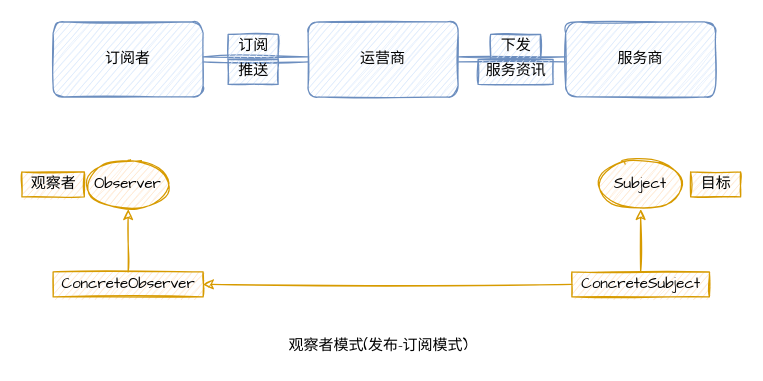
Earlier version of the draw.io diagram sboot-demo/Untitled Diagram.drawio (jybjobs/framework-demo). Source tidied: cells renumbered, new cells numbered last; positions are measured from the earlier drawing's top-left corner, leaving out a move shared by most shapes. Both pictures are drawn from the tidied source at 125%, with x=0, y=0 at pixel (21, 21).
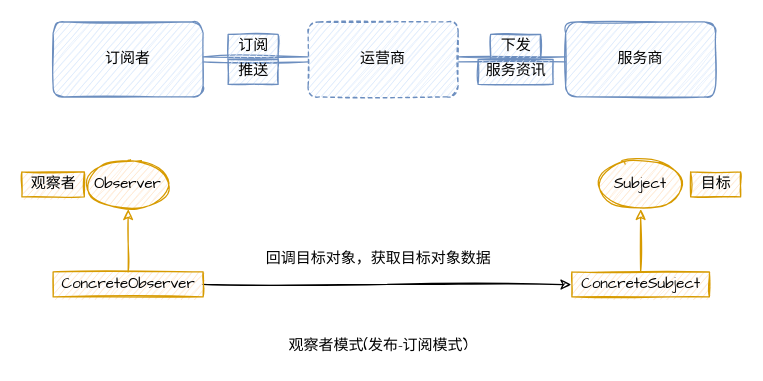
After the change.

The change refers to these unchanged cells:
```xml
<mxCell id="14" value="ConcreteObserver" style="text;html=1;align=center;verticalAlign=middle;points=[];strokeColor=#d79b00;fillColor=#ffe6cc;sketch=1;fontFamily=Comic Sans MS;" parent="1" vertex="1">
  <mxGeometry x="25" y="200" width="120" height="20" as="geometry" />
</mxCell>
<mxCell id="19" value="ConcreteSubject" style="text;html=1;align=center;verticalAlign=middle;points=[];strokeColor=#d79b00;fillColor=#ffe6cc;sketch=1;fontFamily=Comic Sans MS;" parent="1" vertex="1">
  <mxGeometry x="440" y="200" width="110" height="20" as="geometry" />
</mxCell>
```

The edit, as a diff of the source:
```diff
@@
-    <mxCell id="5" value="运营商" style="rounded=1;whiteSpace=wrap;html=1;fillColor=#dae8fc;strokeColor=#6c8ebf;sketch=1;fontFamily=Comic Sans MS;" parent="1" vertex="1">
+    <mxCell id="5" value="运营商" style="rounded=1;whiteSpace=wrap;html=1;fillColor=#dae8fc;strokeColor=#6c8ebf;sketch=1;fontFamily=Comic Sans MS;dashed=1;" parent="1" vertex="1">
       <mxGeometry x="229" width="120" height="60" as="geometry" />
     </mxCell>
@@
+    <mxCell id="21" style="edgeStyle=orthogonalEdgeStyle;rounded=0;sketch=1;jettySize=auto;html=1;entryX=-0.005;entryY=0.51;entryDx=0;entryDy=0;entryPerimeter=0;fontFamily=Comic Sans MS;" parent="1" edge="1" source="14" target="19">
+      <mxGeometry relative="1" as="geometry" />
+    </mxCell>
@@
-    <mxCell id="18" style="edgeStyle=orthogonalEdgeStyle;rounded=0;jettySize=auto;html=1;fillColor=#ffe6cc;strokeColor=#d79b00;sketch=1;fontFamily=Comic Sans MS;" parent="1" edge="1" source="19" target="14">
-      <mxGeometry relative="1" as="geometry" />
-    </mxCell>
@@
+    <mxCell id="22" value="回调目标对象，获取目标对象数据" style="text;html=1;align=center;verticalAlign=middle;strokeColor=none;fillColor=none;fontFamily=Comic Sans MS;" parent="1" vertex="1">
+      <mxGeometry x="185" y="180" width="200" height="20" as="geometry" />
+    </mxCell>
```
